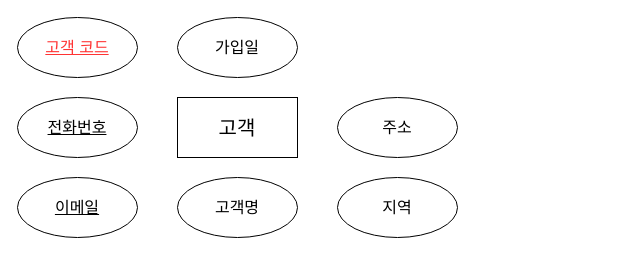
The draw.io diagram 온라인전자상거래플랫폼.drawio in sk3001/ERD, before the edit. Source tidied: cells renumbered, new cells numbered last; positions are measured from the earlier drawing's top-left corner, leaving out a move shared by most shapes. Both pictures are drawn from the tidied source at 100%, with x=0, y=0 at pixel (17, 17).
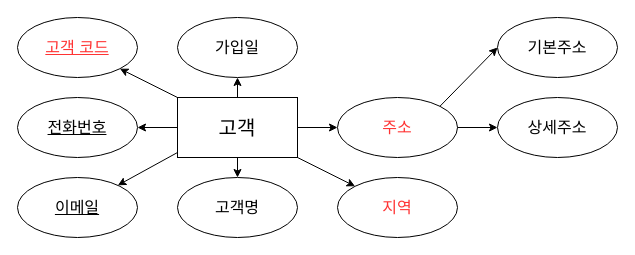
The same diagram, later.

Commit message (it also covers changes not shown here):
온라인전자상거래플랫폼.drawio 업데이트

Unchanged cells that the change refers to:
```xml
<mxCell id="3" value="&lt;u&gt;전화번호&lt;/u&gt;" style="ellipse;whiteSpace=wrap;html=1;fontSize=16;" parent="1" vertex="1">
  <mxGeometry y="80" width="120" height="60" as="geometry" />
</mxCell>
<mxCell id="4" value="&lt;u&gt;이메일&lt;/u&gt;" style="ellipse;whiteSpace=wrap;html=1;fontSize=16;" parent="1" vertex="1">
  <mxGeometry y="160" width="120" height="60" as="geometry" />
</mxCell>
<mxCell id="5" value="고객명" style="ellipse;whiteSpace=wrap;html=1;fontSize=16;" parent="1" vertex="1">
  <mxGeometry x="160" y="160" width="120" height="60" as="geometry" />
</mxCell>
<mxCell id="8" value="가입일" style="ellipse;whiteSpace=wrap;html=1;fontSize=16;" parent="1" vertex="1">
  <mxGeometry x="160" width="120" height="60" as="geometry" />
</mxCell>
<mxCell id="9" value="&lt;font style=&quot;color: rgb(255, 51, 51);&quot;&gt;&lt;u&gt;고객 코드&lt;/u&gt;&lt;/font&gt;" style="ellipse;whiteSpace=wrap;html=1;fontSize=16;" parent="1" vertex="1">
  <mxGeometry width="120" height="60" as="geometry" />
</mxCell>
```

The edit, as a diff of the source:
```diff
@@
-    <mxCell id="6" value="지역" style="ellipse;whiteSpace=wrap;html=1;fontSize=16;" parent="1" vertex="1">
+    <mxCell id="6" value="&lt;font style=&quot;color: rgb(255, 51, 51);&quot;&gt;지역&lt;/font&gt;" style="ellipse;whiteSpace=wrap;html=1;fontSize=16;" parent="1" vertex="1">
       <mxGeometry x="320" y="160" width="120" height="60" as="geometry" />
     </mxCell>
-    <mxCell id="7" value="주소" style="ellipse;whiteSpace=wrap;html=1;fontSize=16;" parent="1" vertex="1">
+    <mxCell id="7" value="&lt;font style=&quot;color: rgb(255, 51, 51);&quot;&gt;주소&lt;/font&gt;" style="ellipse;whiteSpace=wrap;html=1;fontSize=16;" parent="1" vertex="1">
       <mxGeometry x="320" y="80" width="120" height="60" as="geometry" />
     </mxCell>
@@
+    <mxCell id="10" style="endArrow=classic;html=1;rounded=0;" parent="1" edge="1" target="9">
+      <mxGeometry relative="1" as="geometry">
+        <mxPoint x="160" y="80" as="sourcePoint" />
+      </mxGeometry>
+    </mxCell>
+    <mxCell id="11" style="endArrow=classic;html=1;rounded=0;entryX=1;entryY=0.5;entryDx=0;entryDy=0;" parent="1" edge="1" target="3">
+      <mxGeometry relative="1" as="geometry">
+        <mxPoint x="160" y="110" as="sourcePoint" />
+      </mxGeometry>
+    </mxCell>
+    <mxCell id="12" style="endArrow=classic;html=1;rounded=0;entryX=0.5;entryY=1;entryDx=0;entryDy=0;" parent="1" edge="1" target="8">
+      <mxGeometry relative="1" as="geometry">
+        <mxPoint x="220" y="80" as="sourcePoint" />
+      </mxGeometry>
+    </mxCell>
+    <mxCell id="13" style="endArrow=classic;html=1;rounded=0;entryX=0;entryY=0.5;entryDx=0;entryDy=0;" parent="1" edge="1" target="7">
+      <mxGeometry relative="1" as="geometry">
+        <mxPoint x="280" y="110" as="sourcePoint" />
+      </mxGeometry>
+    </mxCell>
+    <mxCell id="14" style="endArrow=classic;html=1;rounded=0;" parent="1" edge="1" target="4">
+      <mxGeometry relative="1" as="geometry">
+        <mxPoint x="160" y="135" as="sourcePoint" />
+      </mxGeometry>
+    </mxCell>
+    <mxCell id="15" style="endArrow=classic;html=1;rounded=0;entryX=0.5;entryY=0;entryDx=0;entryDy=0;" parent="1" edge="1" target="5">
+      <mxGeometry relative="1" as="geometry">
+        <mxPoint x="220" y="140" as="sourcePoint" />
+      </mxGeometry>
+    </mxCell>
+    <mxCell id="16" style="endArrow=classic;html=1;rounded=0;" parent="1" edge="1" target="6">
+      <mxGeometry relative="1" as="geometry">
+        <mxPoint x="280" y="140" as="sourcePoint" />
+      </mxGeometry>
+    </mxCell>
+    <mxCell id="17" value="&lt;font style=&quot;color: rgb(0, 0, 0);&quot;&gt;상세주소&lt;/font&gt;" style="ellipse;whiteSpace=wrap;html=1;fontSize=16;strokeColor=#000000;" parent="1" vertex="1">
+      <mxGeometry x="480" y="80" width="120" height="60" as="geometry" />
+    </mxCell>
+    <mxCell id="18" value="&lt;font style=&quot;color: rgb(0, 0, 0);&quot;&gt;기본주소&lt;/font&gt;" style="ellipse;whiteSpace=wrap;html=1;fontSize=16;strokeColor=#000000;" parent="1" vertex="1">
+      <mxGeometry x="480" width="120" height="60" as="geometry" />
+    </mxCell>
+    <mxCell id="19" style="endArrow=classic;html=1;rounded=0;exitX=1;exitY=0;exitDx=0;exitDy=0;" parent="1" edge="1" source="7">
+      <mxGeometry relative="1" as="geometry">
+        <mxPoint x="480" y="30" as="targetPoint" />
+      </mxGeometry>
+    </mxCell>
+    <mxCell id="20" style="endArrow=classic;html=1;rounded=0;entryX=0;entryY=0.5;entryDx=0;entryDy=0;" parent="1" edge="1" target="17">
+      <mxGeometry relative="1" as="geometry">
+        <mxPoint x="440" y="110" as="sourcePoint" />
+      </mxGeometry>
+    </mxCell>
```
